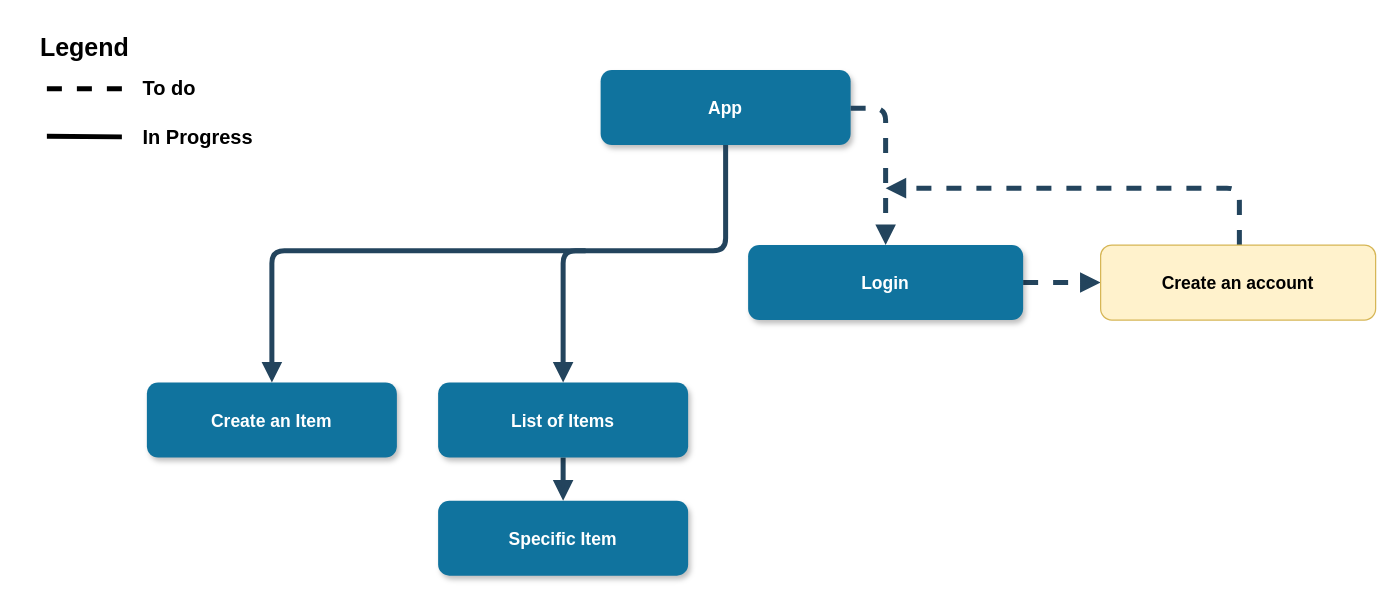
This is assets/appFlowDiagram.drawio from chrisj-skinner/pickup, a draw.io file, before an edit. Source tidied: cells renumbered, new cells numbered last; positions are measured from the earlier drawing's top-left corner, leaving out a move shared by most shapes. Both pictures are drawn from the tidied source at 125%, with x=0, y=0 at pixel (21, 20).
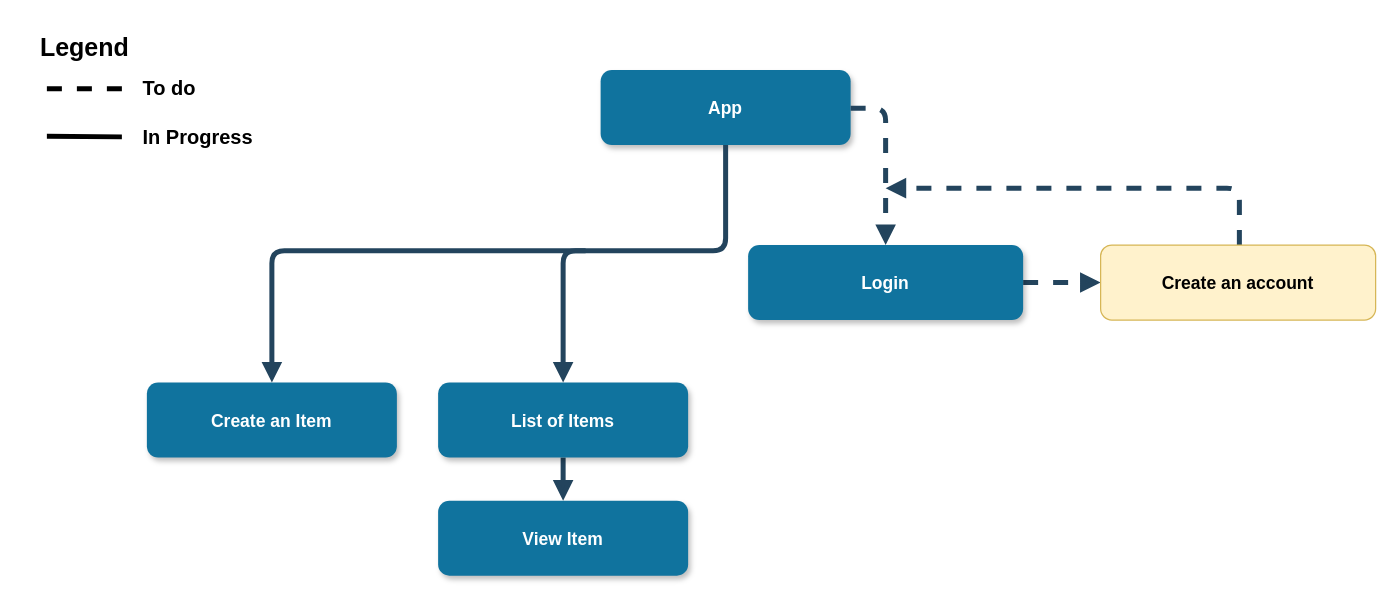
The same page after the edit.

Change to the diagram source:
```diff
@@
-    <mxCell id="11" value="Specific Item" style="rounded=1;fillColor=#10739E;strokeColor=none;shadow=1;gradientColor=none;fontStyle=1;fontColor=#FFFFFF;fontSize=14;" parent="1" vertex="1">
+    <mxCell id="11" value="View Item" style="rounded=1;fillColor=#10739E;strokeColor=none;shadow=1;gradientColor=none;fontStyle=1;fontColor=#FFFFFF;fontSize=14;" parent="1" vertex="1">
       <mxGeometry x="333" y="384" width="200" height="60" as="geometry" />
     </mxCell>
```
